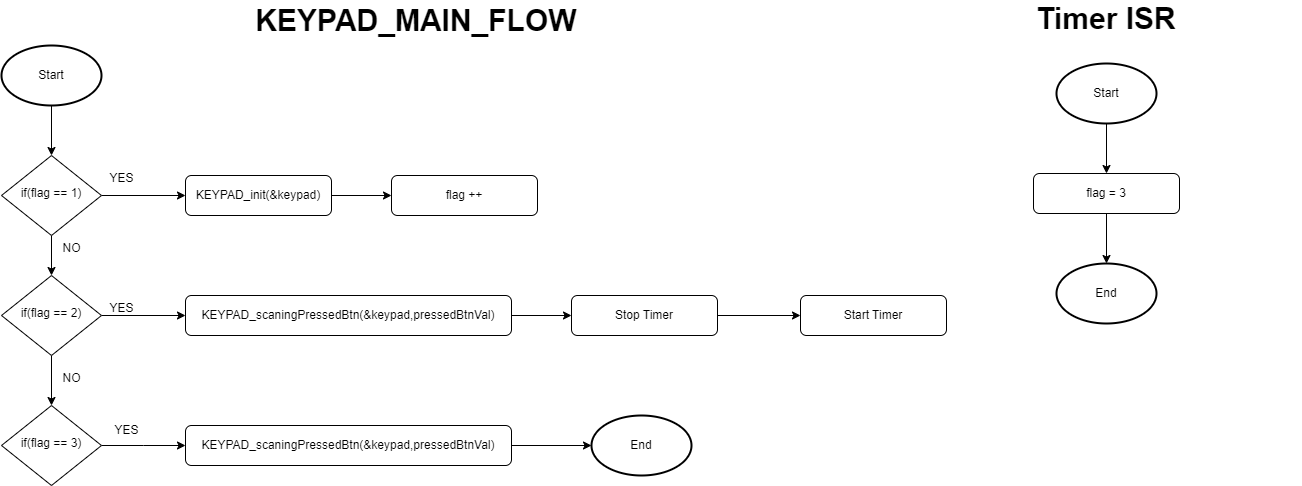
Earlier version of the draw.io export 06_Sprint_Seven/00_Design_A_Non_Blocking_LCD_&_Keypad/01_Keypad_FlowCharts/keypad main.png (Khedr05/SPRINTS_Automotive_Software_Bootcamp). Source tidied: cells renumbered, new cells last; positions are measured from the earlier drawing's top-left corner, leaving out a move shared by most shapes.
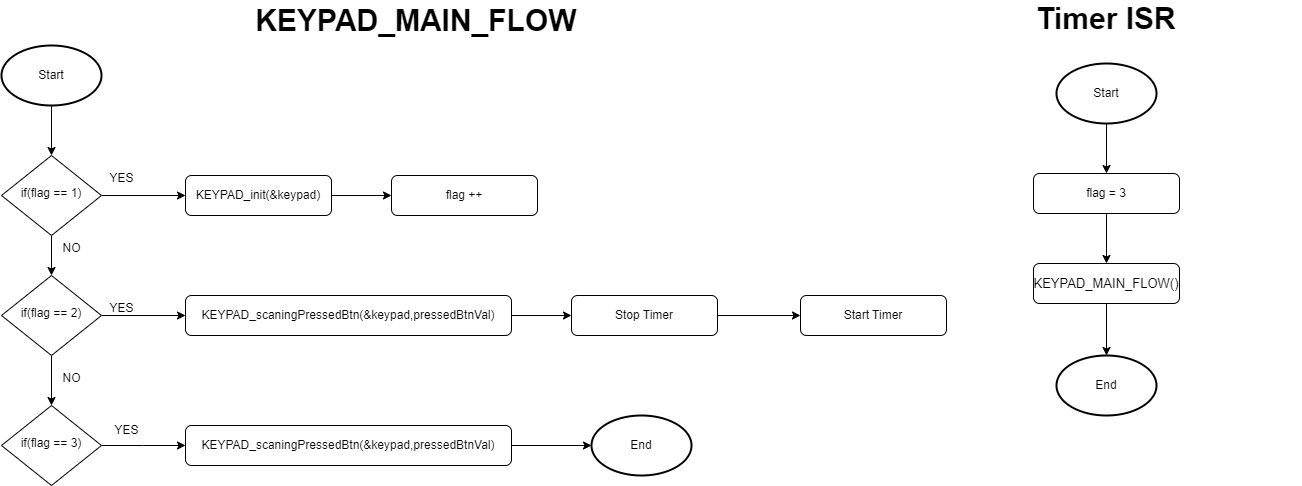
After the commit.

What changed in the source:
```diff
@@ -88,14 +88,14 @@
     <mxCell id="29" value="Start" style="strokeWidth=2;html=1;shape=mxgraph.flowchart.start_1;whiteSpace=wrap;" parent="1" vertex="1">
       <mxGeometry x="1055" y="60" width="100" height="60" as="geometry" />
     </mxCell>
-    <mxCell id="30" style="edgeStyle=orthogonalEdgeStyle;rounded=0;jettySize=auto;html=1;" parent="1" edge="1" source="31" target="32">
-      <mxGeometry relative="1" as="geometry" />
-    </mxCell>
+    <mxCell id="35" style="edgeStyle=orthogonalEdgeStyle;rounded=0;jettySize=auto;html=1;" parent="1" edge="1" source="31" target="37">
+      <mxGeometry relative="1" as="geometry" />
+    </mxCell>
     <mxCell id="31" value="flag = 3" style="rounded=1;whiteSpace=wrap;html=1;fontSize=12;glass=0;strokeWidth=1;shadow=0;" parent="1" vertex="1">
       <mxGeometry x="1032" y="170" width="146" height="40" as="geometry" />
     </mxCell>
     <mxCell id="32" value="End" style="strokeWidth=2;html=1;shape=mxgraph.flowchart.start_1;whiteSpace=wrap;" parent="1" vertex="1">
-      <mxGeometry x="1055" y="260" width="100" height="60" as="geometry" />
+      <mxGeometry x="1055" y="352" width="100" height="60" as="geometry" />
     </mxCell>
     <mxCell id="33" value="NO" style="text;html=1;align=center;verticalAlign=middle;strokeColor=none;fillColor=none;" parent="1" vertex="1">
       <mxGeometry x="50" y="360" width="40" height="30" as="geometry" />
@@ -103,5 +103,11 @@
     <mxCell id="34" value="YES" style="text;html=1;align=center;verticalAlign=middle;strokeColor=none;fillColor=none;" parent="1" vertex="1">
       <mxGeometry x="100" y="412" width="50" height="30" as="geometry" />
     </mxCell>
+    <mxCell id="36" style="edgeStyle=orthogonalEdgeStyle;rounded=0;jettySize=auto;html=1;" parent="1" edge="1" source="37" target="32">
+      <mxGeometry relative="1" as="geometry" />
+    </mxCell>
+    <mxCell id="37" value="&lt;span style=&quot;border-color: var(--border-color);&quot;&gt;&lt;font style=&quot;font-size: 13px;&quot;&gt;KEYPAD_MAIN_FLOW()&lt;/font&gt;&lt;/span&gt;" style="rounded=1;whiteSpace=wrap;html=1;fontSize=12;glass=0;strokeWidth=1;shadow=0;" parent="1" vertex="1">
+      <mxGeometry x="1032" y="260" width="146" height="40" as="geometry" />
+    </mxCell>
   </root>
 </mxGraphModel>
```
